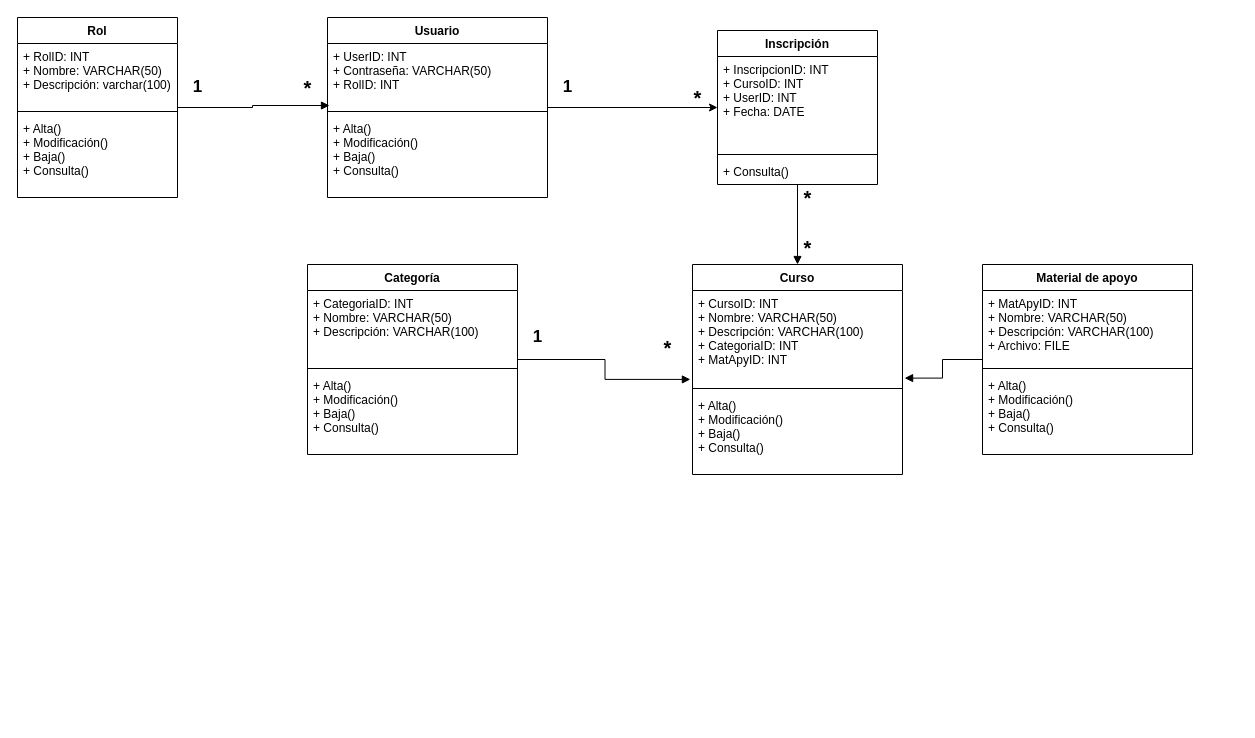
daivandz/Analisis-Avanzado-de-Software keeps this draw.io diagram as diagrams/U2/C1.4_DiagramaDeClases.drawio. Above is the earlier version. Source tidied: cells renumbered, new cells numbered last; positions are measured from the earlier drawing's top-left corner, leaving out a move shared by most shapes. Both pictures are drawn from the tidied source at 100%, with x=0, y=0 at pixel (17, 17).
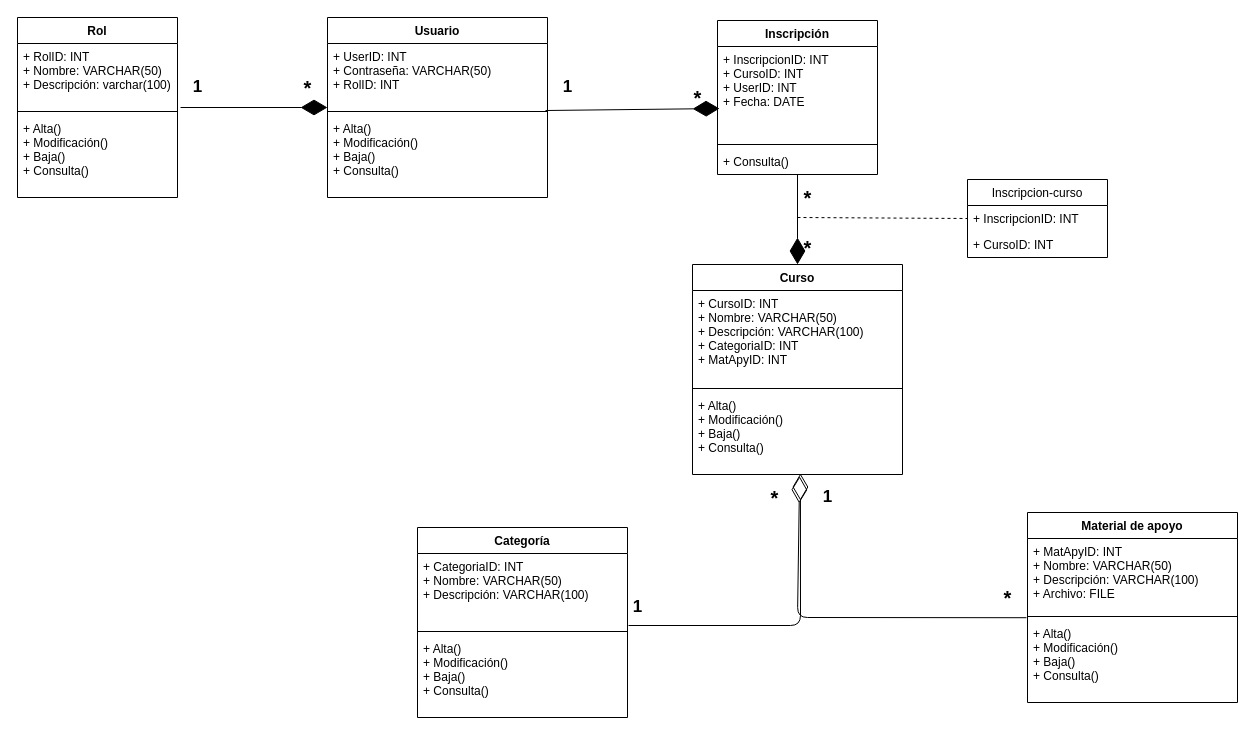
The same page after the edit.

Unchanged cells that the change refers to:
```xml
<mxCell id="3" value="Rol" style="swimlane;fontStyle=1;align=center;verticalAlign=top;horizontal=1;startSize=26;" parent="1" vertex="1">
  <mxGeometry width="160" height="180" as="geometry" />
</mxCell>
<mxCell id="4" value="+ RolID: INT&#10;+ Nombre: VARCHAR(50)&#10;+ Descripción: varchar(100)&#10;&#10;" style="text;strokeColor=none;fillColor=none;align=left;verticalAlign=top;spacingLeft=4;spacingRight=4;overflow=hidden;points=[[0,0.5],[1,0.5]];portConstraint=eastwest;" parent="3" vertex="1">
  <mxGeometry y="26" width="160" height="64" as="geometry" />
</mxCell>
<mxCell id="8" value="Usuario" style="swimlane;fontStyle=1;align=center;verticalAlign=top;horizontal=1;startSize=26;" parent="1" vertex="1">
  <mxGeometry x="310" width="220" height="180" as="geometry" />
</mxCell>
<mxCell id="9" value="+ UserID: INT&#10;+ Contraseña: VARCHAR(50)&#10;+ RolID: INT" style="text;strokeColor=none;fillColor=none;align=left;verticalAlign=top;spacingLeft=4;spacingRight=4;overflow=hidden;points=[[0,0.5],[1,0.5]];portConstraint=eastwest;" parent="8" vertex="1">
  <mxGeometry y="26" width="220" height="64" as="geometry" />
</mxCell>
<mxCell id="11" value="+ Alta()&#10;+ Modificación()&#10;+ Baja()&#10;+ Consulta()" style="text;strokeColor=none;fillColor=none;align=left;verticalAlign=top;spacingLeft=4;spacingRight=4;overflow=hidden;points=[[0,0.5],[1,0.5]];portConstraint=eastwest;" parent="8" vertex="1">
  <mxGeometry y="98" width="220" height="82" as="geometry" />
</mxCell>
<mxCell id="14" value="+ InscripcionID: INT&#10;+ CursoID: INT&#10;+ UserID: INT&#10;+ Fecha: DATE" style="text;strokeColor=none;fillColor=none;align=left;verticalAlign=top;spacingLeft=4;spacingRight=4;overflow=hidden;points=[[0,0.5],[1,0.5]];portConstraint=eastwest;" parent="13" vertex="1">
  <mxGeometry y="26" width="160" height="94" as="geometry" />
</mxCell>
<mxCell id="16" value="+ Consulta()" style="text;strokeColor=none;fillColor=none;align=left;verticalAlign=top;spacingLeft=4;spacingRight=4;overflow=hidden;points=[[0,0.5],[1,0.5]];portConstraint=eastwest;" parent="13" vertex="1">
  <mxGeometry y="128" width="160" height="26" as="geometry" />
</mxCell>
<mxCell id="21" value="Curso" style="swimlane;fontStyle=1;align=center;verticalAlign=top;horizontal=1;startSize=26;" parent="1" vertex="1">
  <mxGeometry x="675" y="247" width="210" height="210" as="geometry" />
</mxCell>
<mxCell id="22" value="+ CursoID: INT&#10;+ Nombre: VARCHAR(50)&#10;+ Descripción: VARCHAR(100)&#10;+ CategoriaID: INT&#10;+ MatApyID: INT" style="text;strokeColor=none;fillColor=none;align=left;verticalAlign=top;spacingLeft=4;spacingRight=4;overflow=hidden;points=[[0,0.5],[1,0.5]];portConstraint=eastwest;" parent="21" vertex="1">
  <mxGeometry y="26" width="210" height="94" as="geometry" />
</mxCell>
<mxCell id="24" value="+ Alta()&#10;+ Modificación()&#10;+ Baja()&#10;+ Consulta()" style="text;strokeColor=none;fillColor=none;align=left;verticalAlign=top;spacingLeft=4;spacingRight=4;overflow=hidden;points=[[0,0.5],[1,0.5]];portConstraint=eastwest;" parent="21" vertex="1">
  <mxGeometry y="128" width="210" height="82" as="geometry" />
</mxCell>
<mxCell id="29" value="+ CategoriaID: INT&#10;+ Nombre: VARCHAR(50)&#10;+ Descripción: VARCHAR(100)&#10;" style="text;strokeColor=none;fillColor=none;align=left;verticalAlign=top;spacingLeft=4;spacingRight=4;overflow=hidden;points=[[0,0.5],[1,0.5]];portConstraint=eastwest;" parent="28" vertex="1">
  <mxGeometry y="26" width="210" height="74" as="geometry" />
</mxCell>
<mxCell id="38" value="+ Alta()&#10;+ Modificación()&#10;+ Baja()&#10;+ Consulta()" style="text;strokeColor=none;fillColor=none;align=left;verticalAlign=top;spacingLeft=4;spacingRight=4;overflow=hidden;points=[[0,0.5],[1,0.5]];portConstraint=eastwest;" parent="35" vertex="1">
  <mxGeometry y="108" width="210" height="82" as="geometry" />
</mxCell>
```

What changed in the source:
```diff
@@
-    <mxCell id="2" style="edgeStyle=orthogonalEdgeStyle;rounded=0;jettySize=auto;html=1;entryX=0.009;entryY=0.969;entryDx=0;entryDy=0;entryPerimeter=0;endArrow=block;endFill=1;" parent="1" edge="1" source="3" target="9">
-      <mxGeometry relative="1" as="geometry" />
-    </mxCell>
@@
-    <mxCell id="7" style="edgeStyle=orthogonalEdgeStyle;rounded=0;jettySize=auto;html=1;" parent="1" edge="1" source="8" target="13">
-      <mxGeometry relative="1" as="geometry" />
-    </mxCell>
@@
-    <mxCell id="12" style="edgeStyle=orthogonalEdgeStyle;rounded=0;jettySize=auto;html=1;endArrow=block;endFill=1;" parent="1" edge="1" source="13" target="21">
-      <mxGeometry relative="1" as="geometry" />
-    </mxCell>
     <mxCell id="13" value="Inscripción" style="swimlane;fontStyle=1;align=center;verticalAlign=top;horizontal=1;startSize=26;" parent="1" vertex="1">
-      <mxGeometry x="700" y="13" width="160" height="154" as="geometry" />
+      <mxGeometry x="700" y="3" width="160" height="154" as="geometry" />
     </mxCell>
@@
-    <mxCell id="27" style="edgeStyle=orthogonalEdgeStyle;rounded=0;jettySize=auto;html=1;entryX=-0.01;entryY=0.946;entryDx=0;entryDy=0;entryPerimeter=0;endArrow=block;endFill=1;" parent="1" edge="1" source="28" target="22">
-      <mxGeometry relative="1" as="geometry" />
-    </mxCell>
     <mxCell id="28" value="Categoría" style="swimlane;fontStyle=1;align=center;verticalAlign=top;horizontal=1;startSize=26;" parent="1" vertex="1">
-      <mxGeometry x="290" y="247" width="210" height="190" as="geometry" />
+      <mxGeometry x="400" y="510" width="210" height="190" as="geometry" />
     </mxCell>
@@
     <mxCell id="32" value="&lt;b&gt;&lt;font style=&quot;font-size: 17px&quot;&gt;1&lt;/font&gt;&lt;/b&gt;" style="text;html=1;align=center;verticalAlign=middle;" parent="1" vertex="1">
-      <mxGeometry x="510" y="310" width="20" height="20" as="geometry" />
+      <mxGeometry x="610" y="580" width="20" height="20" as="geometry" />
     </mxCell>
     <mxCell id="33" value="&lt;b&gt;&lt;font style=&quot;font-size: 20px&quot;&gt;*&lt;/font&gt;&lt;/b&gt;" style="text;html=1;align=center;verticalAlign=middle;" parent="1" vertex="1">
-      <mxGeometry x="640" y="320" width="20" height="20" as="geometry" />
+      <mxGeometry x="747" y="470" width="20" height="20" as="geometry" />
     </mxCell>
-    <mxCell id="34" style="edgeStyle=orthogonalEdgeStyle;rounded=0;jettySize=auto;html=1;entryX=1.01;entryY=0.932;entryDx=0;entryDy=0;entryPerimeter=0;endArrow=block;endFill=1;" parent="1" edge="1" source="35" target="22">
-      <mxGeometry relative="1" as="geometry" />
-    </mxCell>
     <mxCell id="35" value="Material de apoyo" style="swimlane;fontStyle=1;align=center;verticalAlign=top;horizontal=1;startSize=26;" parent="1" vertex="1">
-      <mxGeometry x="965" y="247" width="210" height="190" as="geometry" />
+      <mxGeometry x="1010" y="495" width="210" height="190" as="geometry" />
     </mxCell>
@@
+    <mxCell id="39" style="endArrow=diamondThin;endFill=1;endSize=24;html=1;exitX=1.019;exitY=1;exitDx=0;exitDy=0;exitPerimeter=0;entryX=0;entryY=1;entryDx=0;entryDy=0;entryPerimeter=0;" parent="1" edge="1" source="4" target="9">
+      <mxGeometry relative="1" as="geometry" />
+    </mxCell>
+    <mxCell id="40" style="endArrow=diamondThin;endFill=1;endSize=24;html=1;exitX=0.991;exitY=-0.061;exitDx=0;exitDy=0;exitPerimeter=0;entryX=0.013;entryY=0.66;entryDx=0;entryDy=0;entryPerimeter=0;" parent="1" edge="1" source="11" target="14">
+      <mxGeometry relative="1" as="geometry" />
+    </mxCell>
+    <mxCell id="41" value="Inscripcion-curso" style="swimlane;fontStyle=0;horizontal=1;startSize=26;fillColor=none;" parent="1" vertex="1">
+      <mxGeometry x="950" y="162" width="140" height="78" as="geometry" />
+    </mxCell>
+    <mxCell id="42" value="+ InscripcionID: INT" style="text;strokeColor=none;fillColor=none;align=left;verticalAlign=top;spacingLeft=4;spacingRight=4;overflow=hidden;points=[[0,0.5],[1,0.5]];portConstraint=eastwest;" parent="41" vertex="1">
+      <mxGeometry y="26" width="140" height="26" as="geometry" />
+    </mxCell>
+    <mxCell id="43" value="+ CursoID: INT" style="text;strokeColor=none;fillColor=none;align=left;verticalAlign=top;spacingLeft=4;spacingRight=4;overflow=hidden;" parent="41" vertex="1">
+      <mxGeometry y="52" width="140" height="26" as="geometry" />
+    </mxCell>
+    <mxCell id="44" style="endArrow=none;dashed=1;html=1;entryX=0;entryY=0.5;entryDx=0;entryDy=0;" parent="1" edge="1" target="42">
+      <mxGeometry relative="1" as="geometry">
+        <mxPoint x="780" y="200" as="sourcePoint" />
+      </mxGeometry>
+    </mxCell>
+    <mxCell id="45" style="endArrow=diamondThin;endFill=1;endSize=24;html=1;entryX=0.5;entryY=0;entryDx=0;entryDy=0;" parent="1" edge="1" source="16" target="21">
+      <mxGeometry relative="1" as="geometry" />
+    </mxCell>
+    <mxCell id="46" style="endArrow=diamondThin;endFill=0;endSize=24;html=1;entryX=0.514;entryY=0.988;entryDx=0;entryDy=0;entryPerimeter=0;exitX=1.005;exitY=0.973;exitDx=0;exitDy=0;exitPerimeter=0;" parent="1" edge="1" source="29" target="24">
+      <mxGeometry relative="1" as="geometry">
+        <Array as="points">
+          <mxPoint x="783" y="608" />
+        </Array>
+      </mxGeometry>
+    </mxCell>
+    <mxCell id="47" style="endArrow=diamondThin;endFill=0;endSize=24;html=1;entryX=0.51;entryY=1.022;entryDx=0;entryDy=0;entryPerimeter=0;exitX=-0.005;exitY=-0.034;exitDx=0;exitDy=0;exitPerimeter=0;" parent="1" edge="1" source="38" target="24">
+      <mxGeometry relative="1" as="geometry">
+        <Array as="points">
+          <mxPoint x="780" y="600" />
+        </Array>
+      </mxGeometry>
+    </mxCell>
+    <mxCell id="48" value="&lt;b&gt;&lt;font style=&quot;font-size: 20px&quot;&gt;*&lt;/font&gt;&lt;/b&gt;" style="text;html=1;align=center;verticalAlign=middle;" parent="1" vertex="1">
+      <mxGeometry x="980" y="570" width="20" height="20" as="geometry" />
+    </mxCell>
+    <mxCell id="49" value="&lt;b&gt;&lt;font style=&quot;font-size: 17px&quot;&gt;1&lt;/font&gt;&lt;/b&gt;" style="text;html=1;align=center;verticalAlign=middle;" parent="1" vertex="1">
+      <mxGeometry x="800" y="470" width="20" height="20" as="geometry" />
+    </mxCell>
```
